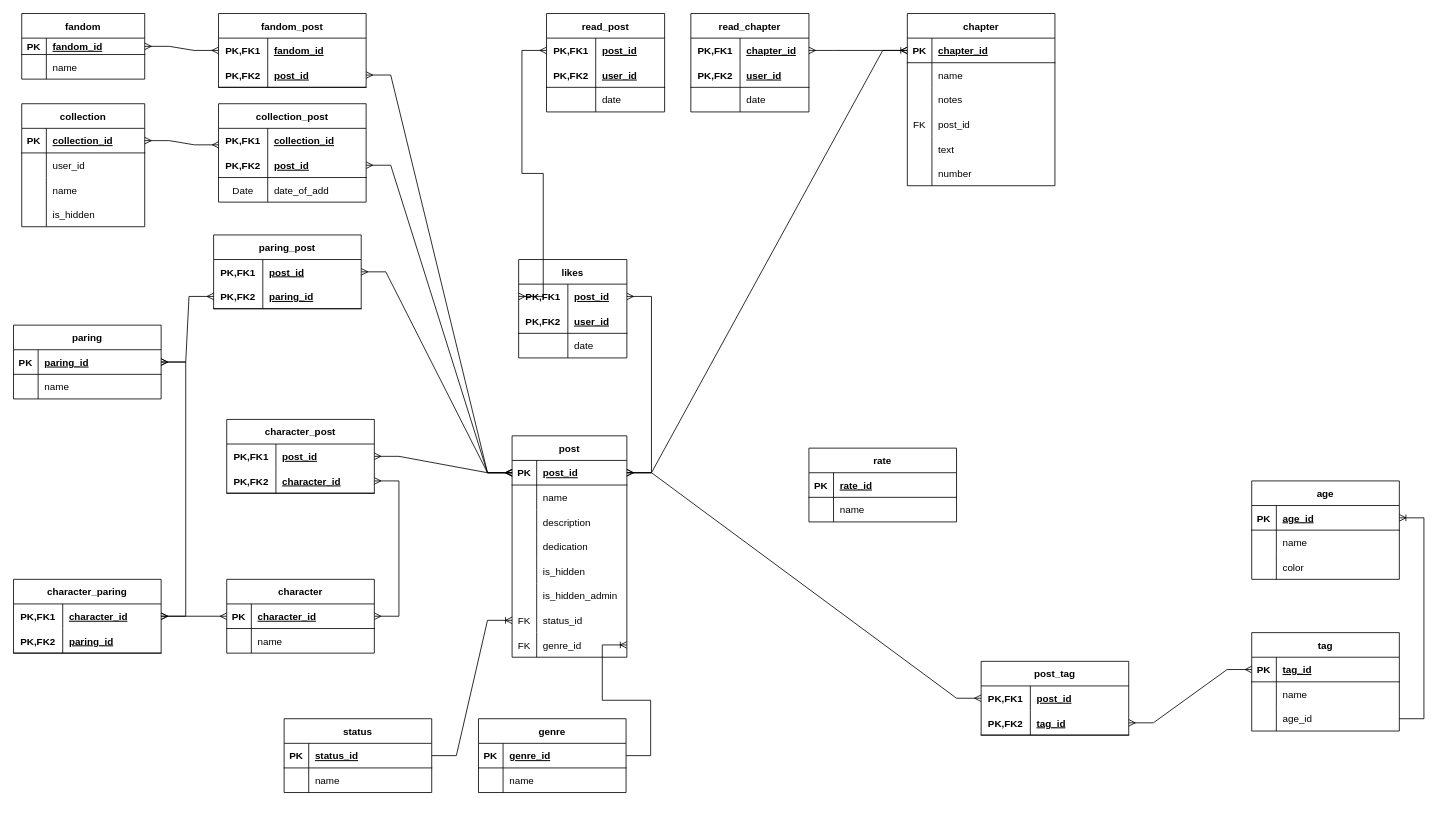
Before: db-diagrams/post/sd-post.drawio in Danis0n/story-drop-backend, a draw.io diagram. Source tidied: cells renumbered, new cells numbered last; positions are measured from the earlier drawing's top-left corner, leaving out a move shared by most shapes. Both pictures are drawn from the tidied source at 82%, with x=0, y=0 at pixel (13, 13).
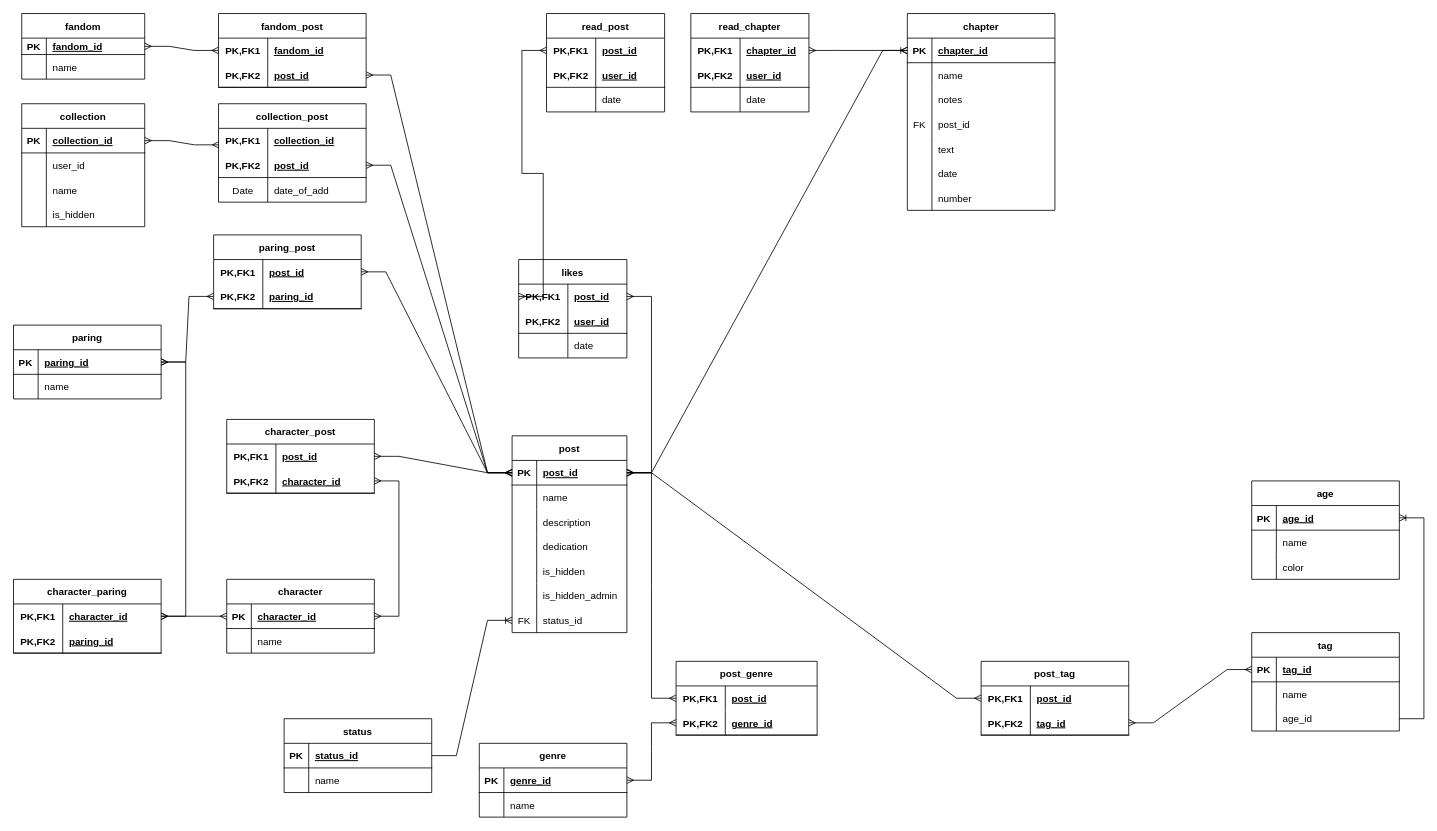
Above is the later version.

Unchanged cells that the change refers to:
```xml
<mxCell id="16" style="shape=tableRow;horizontal=0;startSize=0;swimlaneHead=0;swimlaneBody=0;fillColor=none;points=[[0,0.5],[1,0.5]];portConstraint=eastwest;top=0;left=0;right=0;bottom=1;" parent="15" vertex="1">
  <mxGeometry y="30" width="140" height="30" as="geometry" />
</mxCell>
<mxCell id="156" style="shape=tableRow;horizontal=0;startSize=0;swimlaneHead=0;swimlaneBody=0;fillColor=none;points=[[0,0.5],[1,0.5]];portConstraint=eastwest;top=0;left=0;right=0;bottom=1;" parent="155" vertex="1">
  <mxGeometry y="30" width="180" height="30" as="geometry" />
</mxCell>
```

What changed in the source:
```diff
@@
     <mxCell id="15" value="post" style="shape=table;startSize=30;childLayout=tableLayout;rowLines=0;fontStyle=1;align=center;" parent="1" vertex="1">
-      <mxGeometry x="608" y="515" width="140" height="270" as="geometry" />
+      <mxGeometry x="608" y="515" width="140" height="240" as="geometry" />
     </mxCell>
@@
-    <mxCell id="37" style="shape=tableRow;horizontal=0;startSize=0;swimlaneHead=0;swimlaneBody=0;fillColor=none;points=[[0,0.5],[1,0.5]];portConstraint=eastwest;top=0;left=0;right=0;bottom=0;" parent="15" vertex="1">
-      <mxGeometry y="240" width="140" height="30" as="geometry" />
-    </mxCell>
-    <mxCell id="38" value="FK" style="shape=partialRectangle;fillColor=none;top=0;left=0;bottom=0;right=0;overflow=hidden;" parent="37" vertex="1">
-      <mxGeometry width="30" height="30" as="geometry" />
-    </mxCell>
-    <mxCell id="39" value="genre_id" style="shape=partialRectangle;fillColor=none;top=0;left=0;bottom=0;right=0;align=left;spacingLeft=6;overflow=hidden;" parent="37" vertex="1">
-      <mxGeometry x="30" width="110" height="30" as="geometry" />
-    </mxCell>
@@
-    <mxCell id="128" value="rate" style="shape=table;startSize=30;childLayout=tableLayout;rowLines=0;fontStyle=1;align=center;" parent="1" vertex="1">
-      <mxGeometry x="970" y="530" width="180" height="90" as="geometry" />
-    </mxCell>
-    <mxCell id="129" style="shape=tableRow;horizontal=0;startSize=0;swimlaneHead=0;swimlaneBody=0;fillColor=none;top=0;left=0;right=0;bottom=1;" parent="128" vertex="1">
-      <mxGeometry y="30" width="180" height="30" as="geometry" />
-    </mxCell>
-    <mxCell id="130" value="PK" style="shape=partialRectangle;fillColor=none;top=0;left=0;bottom=0;right=0;fontStyle=1;overflow=hidden;" parent="129" vertex="1">
-      <mxGeometry width="30" height="30" as="geometry" />
-    </mxCell>
-    <mxCell id="131" value="rate_id" style="shape=partialRectangle;fillColor=none;top=0;left=0;bottom=0;right=0;align=left;spacingLeft=6;fontStyle=5;overflow=hidden;" parent="129" vertex="1">
-      <mxGeometry x="30" width="150" height="30" as="geometry" />
-    </mxCell>
-    <mxCell id="132" style="shape=tableRow;horizontal=0;startSize=0;swimlaneHead=0;swimlaneBody=0;fillColor=none;top=0;left=0;right=0;bottom=0;" parent="128" vertex="1">
-      <mxGeometry y="60" width="180" height="30" as="geometry" />
-    </mxCell>
-    <mxCell id="133" style="shape=partialRectangle;fillColor=none;top=0;left=0;bottom=0;right=0;overflow=hidden;" parent="132" vertex="1">
-      <mxGeometry width="30" height="30" as="geometry" />
-    </mxCell>
-    <mxCell id="134" value="name" style="shape=partialRectangle;fillColor=none;top=0;left=0;bottom=0;right=0;align=left;spacingLeft=6;overflow=hidden;" parent="132" vertex="1">
-      <mxGeometry x="30" width="150" height="30" as="geometry" />
-    </mxCell>
     <mxCell id="135" value="chapter" style="shape=table;startSize=30;childLayout=tableLayout;rowLines=0;fontStyle=1;align=center;" parent="1" vertex="1">
-      <mxGeometry x="1090" width="180" height="210" as="geometry" />
+      <mxGeometry x="1090" width="180" height="240" as="geometry" />
     </mxCell>
@@
+    <mxCell id="215" style="shape=tableRow;horizontal=0;startSize=0;swimlaneHead=0;swimlaneBody=0;fillColor=none;top=0;left=0;right=0;bottom=0;" parent="135" vertex="1">
+      <mxGeometry y="180" width="180" height="30" as="geometry" />
+    </mxCell>
+    <mxCell id="133" style="shape=partialRectangle;fillColor=none;top=0;left=0;bottom=0;right=0;overflow=hidden;" parent="215" vertex="1">
+      <mxGeometry width="30" height="30" as="geometry" />
+    </mxCell>
+    <mxCell id="216" value="date" style="shape=partialRectangle;fillColor=none;top=0;left=0;bottom=0;right=0;align=left;spacingLeft=6;overflow=hidden;" parent="215" vertex="1">
+      <mxGeometry x="30" width="150" height="30" as="geometry" />
+    </mxCell>
     <mxCell id="151" style="shape=tableRow;horizontal=0;startSize=0;swimlaneHead=0;swimlaneBody=0;fillColor=none;top=0;left=0;right=0;bottom=0;" parent="135" vertex="1">
-      <mxGeometry y="180" width="180" height="30" as="geometry" />
+      <mxGeometry y="210" width="180" height="30" as="geometry" />
     </mxCell>
@@
     <mxCell id="155" value="genre" style="shape=table;startSize=30;childLayout=tableLayout;rowLines=0;fontStyle=1;align=center;" parent="1" vertex="1">
-      <mxGeometry x="567" y="860" width="180" height="90" as="geometry" />
+      <mxGeometry x="568" y="890" width="180" height="90" as="geometry" />
     </mxCell>
@@
-    <mxCell id="162" style="edgeStyle=entityRelationEdgeStyle;fontSize=12;html=1;endArrow=ERoneToMany;rounded=0;entryX=1;entryY=0.5;entryDx=0;entryDy=0;exitX=1;exitY=0.5;exitDx=0;exitDy=0;" parent="1" edge="1" source="156" target="37">
-      <mxGeometry x="-1" y="344" relative="1" as="geometry">
-        <mxPoint x="-340" y="294" as="offset" />
-      </mxGeometry>
-    </mxCell>
@@
+    <mxCell id="217" value="post_genre" style="shape=table;startSize=30;childLayout=tableLayout;rowLines=0;fontStyle=1;align=center;" parent="1" vertex="1">
+      <mxGeometry x="808" y="790" width="172" height="90" as="geometry" />
+    </mxCell>
+    <mxCell id="218" style="shape=tableRow;horizontal=0;startSize=0;swimlaneHead=0;swimlaneBody=0;fillColor=none;points=[[0,0.5],[1,0.5]];portConstraint=eastwest;top=0;left=0;right=0;bottom=0;" parent="217" vertex="1">
+      <mxGeometry y="30" width="172" height="30" as="geometry" />
+    </mxCell>
+    <mxCell id="219" value="PK,FK1" style="shape=partialRectangle;fillColor=none;top=0;left=0;bottom=0;right=0;fontStyle=1;overflow=hidden;" parent="218" vertex="1">
+      <mxGeometry width="60" height="30" as="geometry" />
+    </mxCell>
+    <mxCell id="220" value="post_id" style="shape=partialRectangle;fillColor=none;top=0;left=0;bottom=0;right=0;align=left;spacingLeft=6;fontStyle=5;overflow=hidden;" parent="218" vertex="1">
+      <mxGeometry x="60" width="112" height="30" as="geometry" />
+    </mxCell>
+    <mxCell id="221" style="shape=tableRow;horizontal=0;startSize=0;swimlaneHead=0;swimlaneBody=0;fillColor=none;points=[[0,0.5],[1,0.5]];portConstraint=eastwest;top=0;left=0;right=0;bottom=1;" parent="217" vertex="1">
+      <mxGeometry y="60" width="172" height="30" as="geometry" />
+    </mxCell>
+    <mxCell id="222" value="PK,FK2" style="shape=partialRectangle;fillColor=none;top=0;left=0;bottom=0;right=0;fontStyle=1;overflow=hidden;" parent="221" vertex="1">
+      <mxGeometry width="60" height="30" as="geometry" />
+    </mxCell>
+    <mxCell id="39" value="genre_id" style="shape=partialRectangle;fillColor=none;top=0;left=0;bottom=0;right=0;align=left;spacingLeft=6;fontStyle=5;overflow=hidden;" parent="221" vertex="1">
+      <mxGeometry x="60" width="112" height="30" as="geometry" />
+    </mxCell>
+    <mxCell id="223" style="edgeStyle=entityRelationEdgeStyle;fontSize=12;html=1;endArrow=ERmany;startArrow=ERmany;rounded=0;entryX=0;entryY=0.5;entryDx=0;entryDy=0;exitX=1;exitY=0.5;exitDx=0;exitDy=0;" parent="1" edge="1" source="16" target="218">
+      <mxGeometry relative="1" as="geometry" />
+    </mxCell>
+    <mxCell id="224" style="edgeStyle=entityRelationEdgeStyle;fontSize=12;html=1;endArrow=ERmany;startArrow=ERmany;rounded=0;entryX=0;entryY=0.5;entryDx=0;entryDy=0;exitX=1;exitY=0.5;exitDx=0;exitDy=0;" parent="1" edge="1" source="156" target="221">
+      <mxGeometry relative="1" as="geometry" />
+    </mxCell>
```
